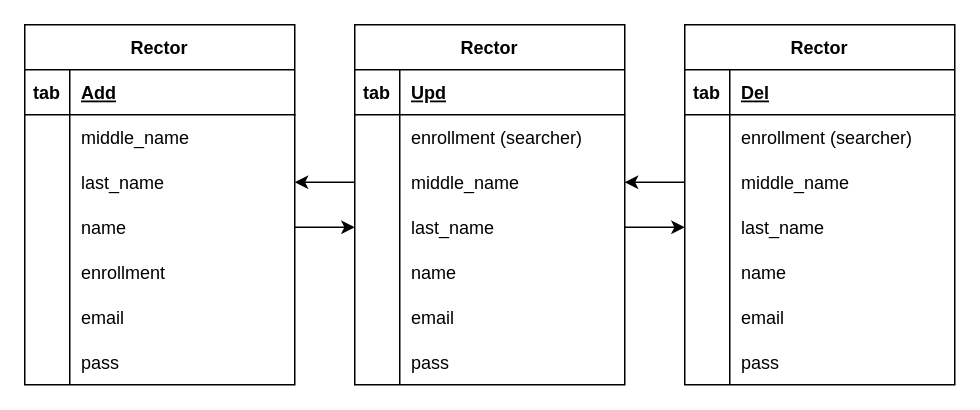
Above: page "Rector" (2 of 6) of Rectory.drawio in miguelrang/InscripcionHorarioSIASE-UANL-SIMULACION-2.0 (draw.io), before the change. Source tidied: cells renumbered, new cells numbered last; positions are measured from the earlier drawing's top-left corner, leaving out a move shared by most shapes. Both pictures are drawn from the tidied source at 150%, with x=0, y=0 at pixel (24, 24).
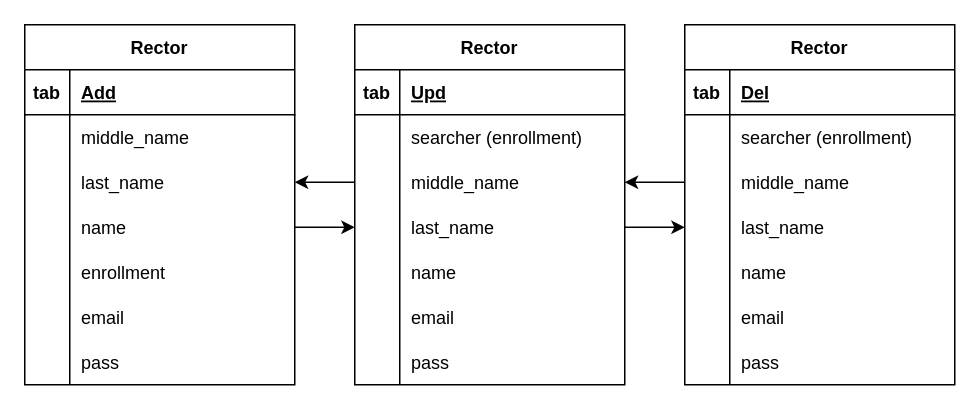
After the change.

Unchanged cells that the change refers to:
```xml
<mxCell id="28" style="shape=tableRow;horizontal=0;startSize=0;swimlaneHead=0;swimlaneBody=0;fillColor=none;top=0;left=0;right=0;bottom=0;" parent="24" vertex="1">
  <mxGeometry y="60" width="180" height="30" as="geometry" />
</mxCell>
<mxCell id="50" style="shape=tableRow;horizontal=0;startSize=0;swimlaneHead=0;swimlaneBody=0;fillColor=none;top=0;left=0;right=0;bottom=0;" parent="46" vertex="1">
  <mxGeometry y="60" width="180" height="30" as="geometry" />
</mxCell>
```

What changed in the source:
```diff
@@
-    <mxCell id="30" value="enrollment (searcher)" style="shape=partialRectangle;fillColor=none;top=0;left=0;bottom=0;right=0;align=left;spacingLeft=6;overflow=hidden;" parent="28" vertex="1">
+    <mxCell id="30" value="searcher (enrollment)" style="shape=partialRectangle;fillColor=none;top=0;left=0;bottom=0;right=0;align=left;spacingLeft=6;overflow=hidden;" parent="28" vertex="1">
       <mxGeometry x="30" width="150" height="30" as="geometry" />
     </mxCell>
@@
-    <mxCell id="52" value="enrollment (searcher)" style="shape=partialRectangle;fillColor=none;top=0;left=0;bottom=0;right=0;align=left;spacingLeft=6;overflow=hidden;" parent="50" vertex="1">
+    <mxCell id="52" value="searcher (enrollment)" style="shape=partialRectangle;fillColor=none;top=0;left=0;bottom=0;right=0;align=left;spacingLeft=6;overflow=hidden;" parent="50" vertex="1">
       <mxGeometry x="30" width="150" height="30" as="geometry" />
     </mxCell>
```
